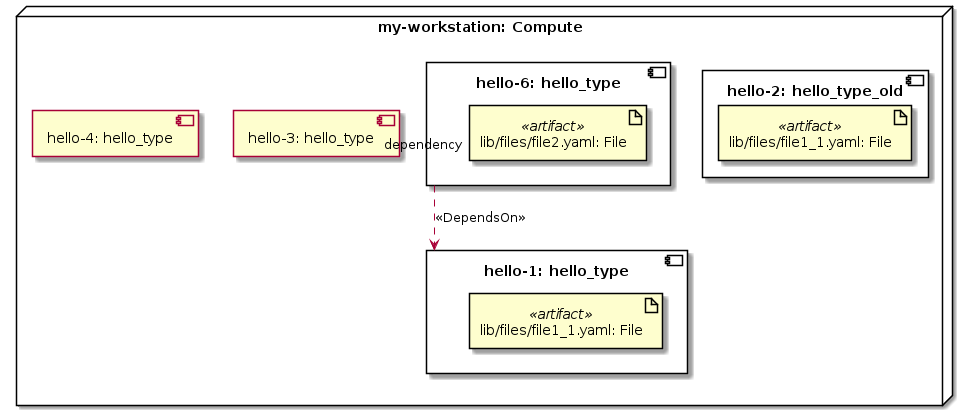
Above: diagrams/misc-compare-templates-service1-uml2-deployment-diagram.png in xlab-si/xopera-examples (PlantUML), before the change.
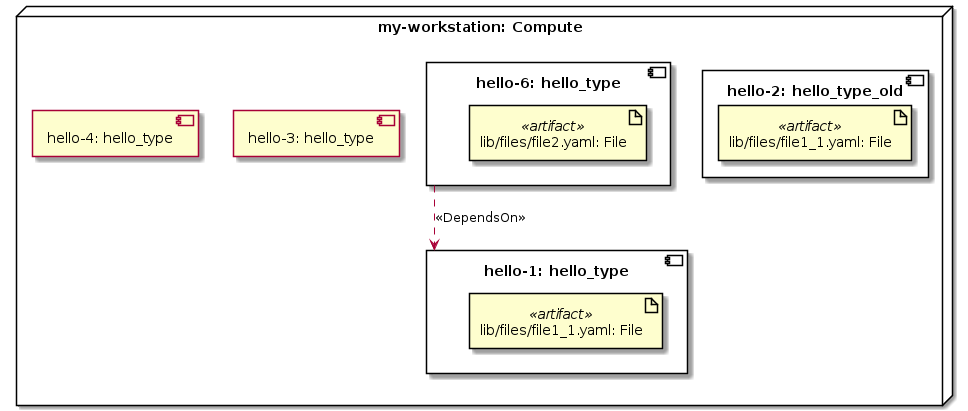
Above is the later version.

Change to the diagram source:
```diff
@@ -14,5 +14,5 @@
 artifact "lib/files/file2.yaml: File" <<artifact>> as node_hello_6_artifact_def_file
 }
 }
-node_hello_6 "dependency" ..> node_hello_1 : <<DependsOn>>
+node_hello_6 ..> node_hello_1 : <<DependsOn>>
 @enduml
```
